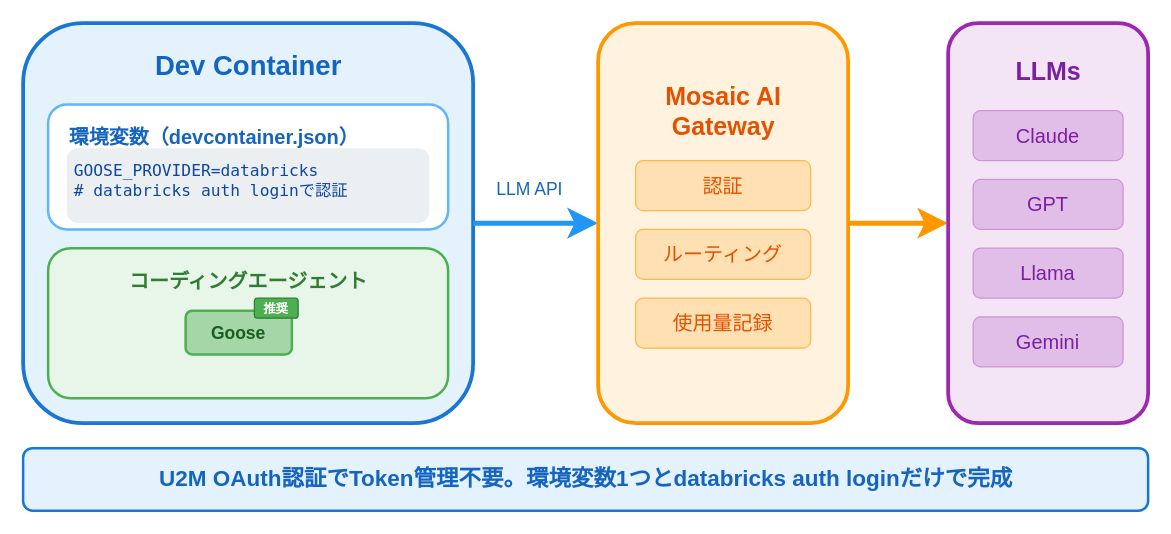
Earlier version of the draw.io diagram assets/2026-01-27-jedai-ai-gateway/dev-environment.drawio (i9wa4/i9wa4.github.io). Source tidied: cells renumbered, new cells numbered last; positions are measured from the earlier drawing's top-left corner, leaving out a move shared by most shapes. Both pictures are drawn from the tidied source at 125%, with x=0, y=0 at pixel (22, 22).
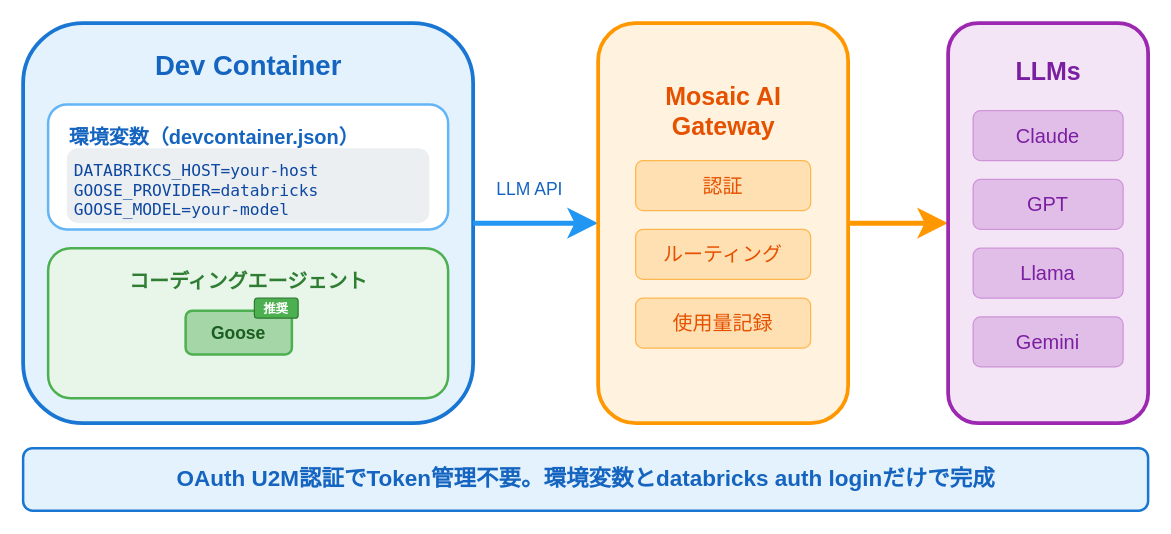
The same diagram, later.

Change to the diagram source:
```diff
@@
-    <mxCell id="6" value="GOOSE_PROVIDER=databricks&lt;br&gt;# databricks auth loginで認証" style="text;html=1;fontSize=13;fontFamily=monospace;fontColor=#0D47A1;align=left;fillColor=#ECEFF1;rounded=1;spacing=6;" parent="1" vertex="1">
+    <mxCell id="6" value="DATABRIKCS_HOST=your-host&lt;br&gt;GOOSE_PROVIDER=databricks&lt;div&gt;&lt;span style=&quot;color: rgb(13, 71, 161);&quot;&gt;GOOSE_MODEL=your-model&lt;/span&gt;&lt;/div&gt;" style="text;html=1;fontSize=13;fontFamily=monospace;fontColor=#0D47A1;align=left;fillColor=#ECEFF1;rounded=1;spacing=6;" parent="1" vertex="1">
       <mxGeometry x="35" y="100" width="290" height="60" as="geometry" />
     </mxCell>
@@
-    <mxCell id="26" value="U2M OAuth認証でToken管理不要。環境変数1つとdatabricks auth loginだけで完成" style="text;html=1;fontSize=18;fontFamily=Noto Sans JP;fontStyle=1;fontColor=#1565C0;align=center;verticalAlign=middle;" parent="1" vertex="1">
+    <mxCell id="26" value="OAuth U2M認証でToken管理不要。環境変数とdatabricks auth loginだけで完成" style="text;html=1;fontSize=18;fontFamily=Noto Sans JP;fontStyle=1;fontColor=#1565C0;align=center;verticalAlign=middle;" parent="1" vertex="1">
       <mxGeometry y="350" width="900" height="30" as="geometry" />
     </mxCell>
```
